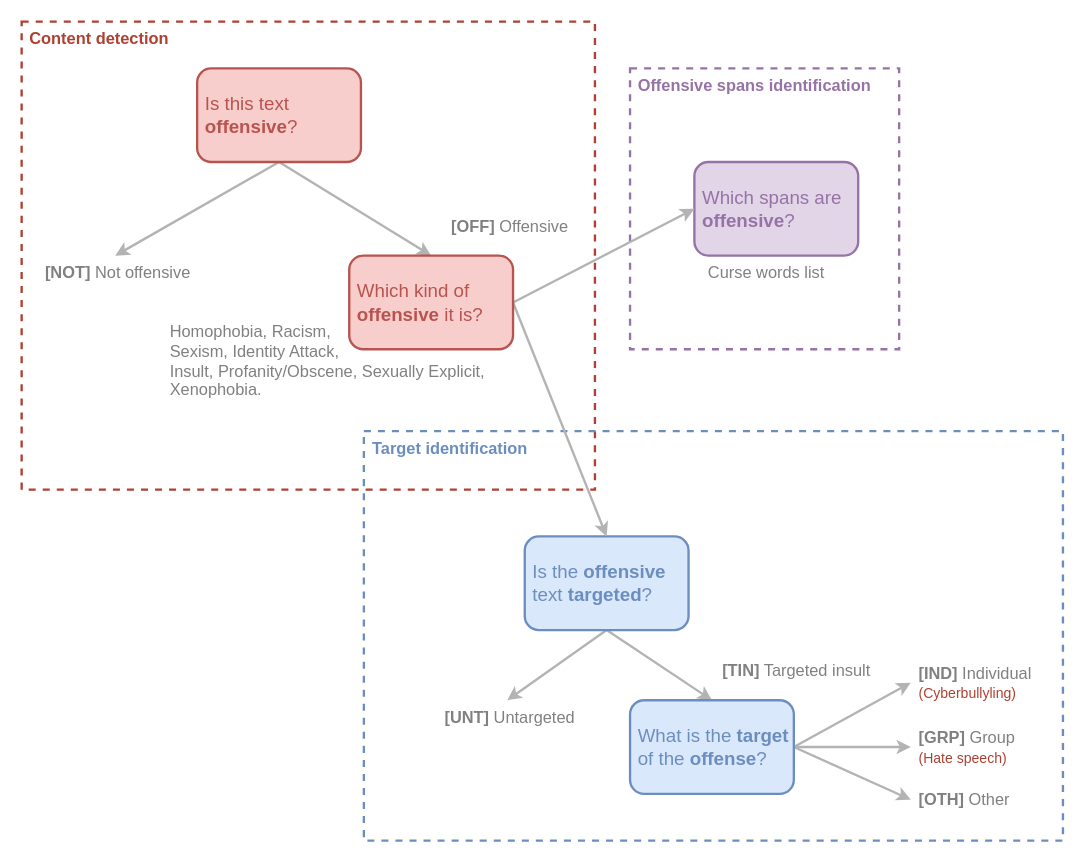
DougTrajano/ToChiquinho keeps this draw.io diagram as page "hierarchical_levels2" (2 of 3) of docs/diagrams/diagrams.drawio. Above is the earlier version. Source tidied: cells renumbered, new cells numbered last; positions are measured from the earlier drawing's top-left corner, leaving out a move shared by most shapes. Both pictures are drawn from the tidied source at 117%, with x=0, y=0 at pixel (21, 21).
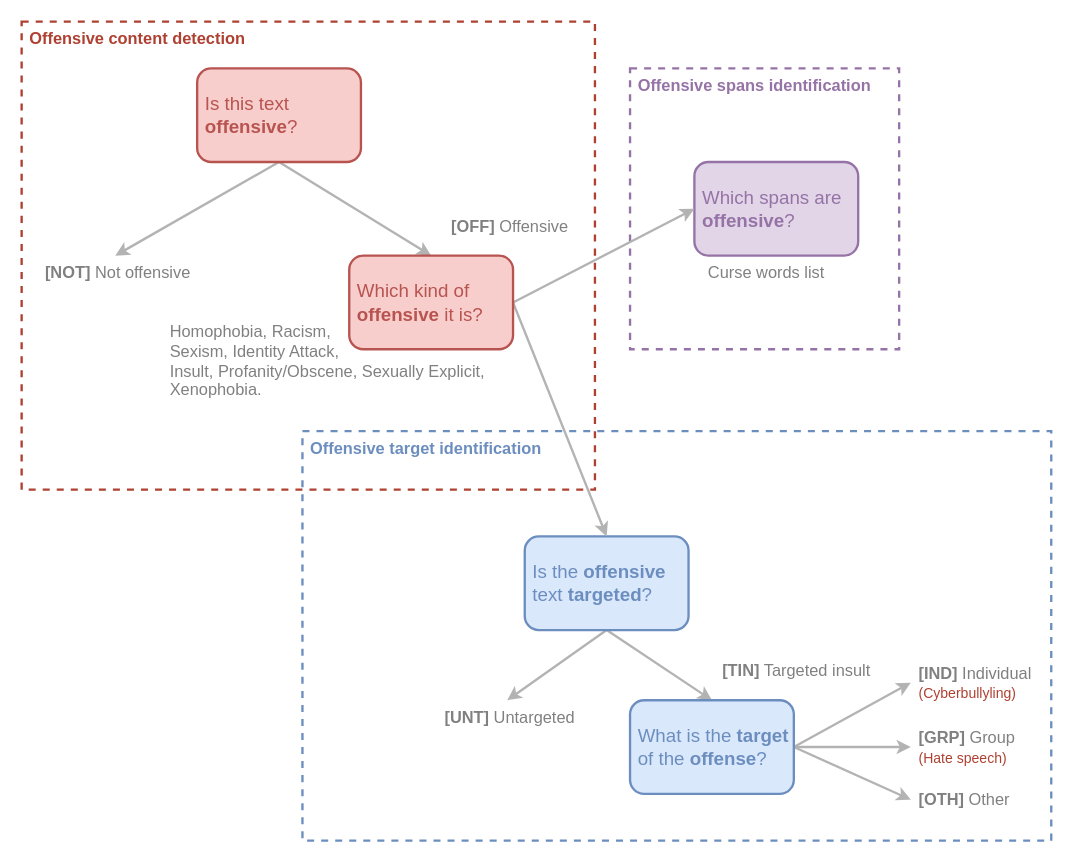
After the change.

The edit, as a diff of the source:
```diff
@@
-    <mxCell id="3" value="Content detection" style="rounded=0;whiteSpace=wrap;html=1;strokeColor=#ae4132;fillColor=none;verticalAlign=top;align=left;fontColor=#AE4132;strokeWidth=2;spacingLeft=5;fontSize=14;fontStyle=1;dashed=1;" parent="1" vertex="1">
+    <mxCell id="3" value="Offensive content detection" style="rounded=0;whiteSpace=wrap;html=1;strokeColor=#ae4132;fillColor=none;verticalAlign=top;align=left;fontColor=#AE4132;strokeWidth=2;spacingLeft=5;fontSize=14;fontStyle=1;dashed=1;" parent="1" vertex="1">
       <mxGeometry width="490" height="400" as="geometry" />
     </mxCell>
-    <mxCell id="4" value="Target identification" style="rounded=0;whiteSpace=wrap;html=1;strokeColor=#6c8ebf;fillColor=none;verticalAlign=top;align=left;fontColor=#6C8EBF;strokeWidth=2;spacingLeft=5;fontSize=14;fontStyle=1;dashed=1;" parent="1" vertex="1">
-      <mxGeometry x="292.5" y="350" width="597.5" height="350" as="geometry" />
+    <mxCell id="4" value="Offensive target identification" style="rounded=0;whiteSpace=wrap;html=1;strokeColor=#6c8ebf;fillColor=none;verticalAlign=top;align=left;fontColor=#6C8EBF;strokeWidth=2;spacingLeft=5;fontSize=14;fontStyle=1;dashed=1;" parent="1" vertex="1">
+      <mxGeometry x="240" y="350" width="640" height="350" as="geometry" />
     </mxCell>
```
